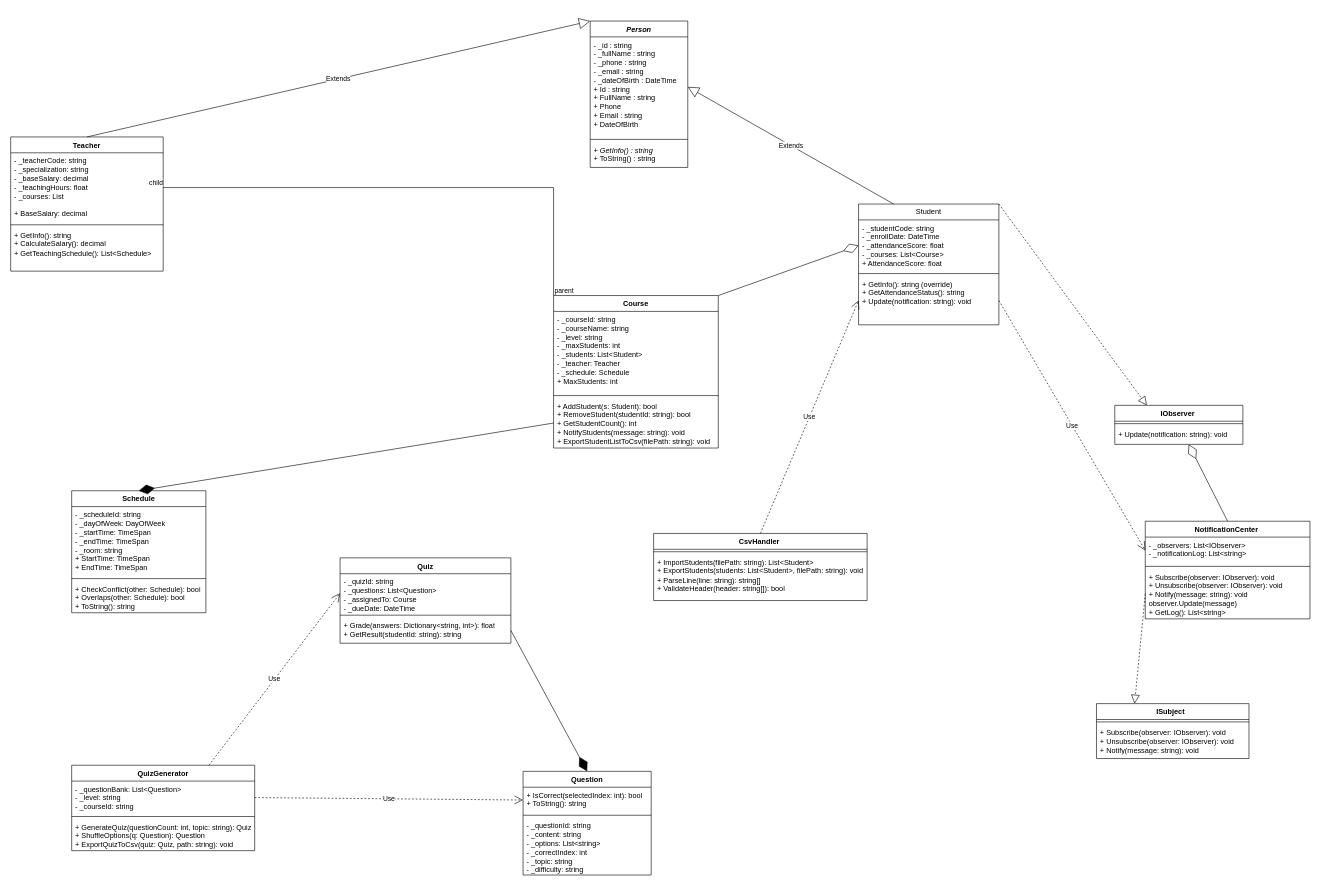
This is Class_Diagram_QL_TrungTam_TA.drawio from ngocyen06/OOP_QL_Trung_tam_Tieng_Anh, a draw.io file, before an edit. Source tidied: cells renumbered, new cells numbered last; positions are measured from the earlier drawing's top-left corner, leaving out a move shared by most shapes. Both pictures are drawn from the tidied source at 61%, with x=0, y=0 at pixel (10, 21).
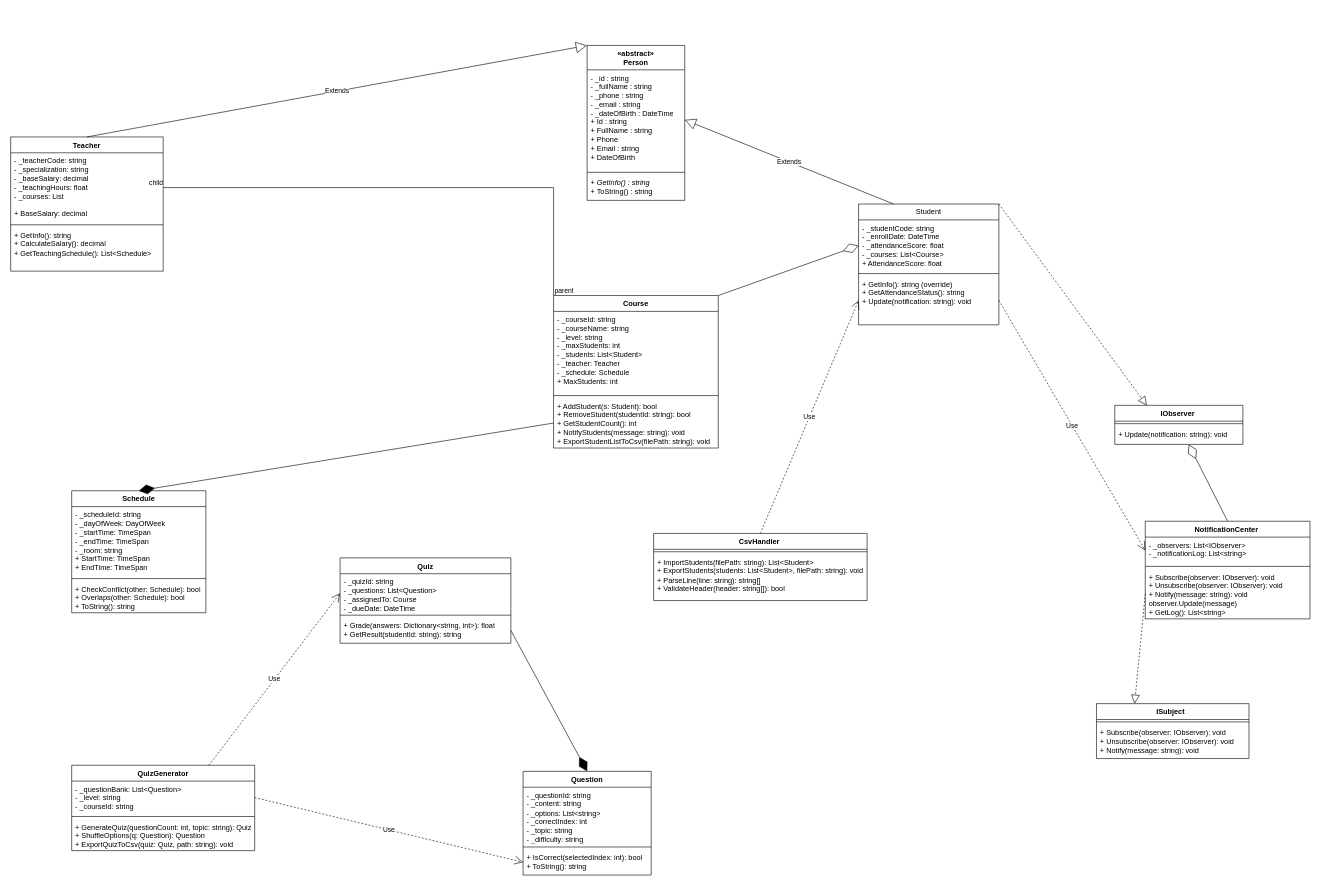
The same page after the edit.

Unchanged cells that the change refers to:
```xml
<mxCell id="31" value="Question" style="swimlane;fontStyle=1;align=center;verticalAlign=top;horizontal=1;startSize=26;whiteSpace=wrap;html=1;" parent="1" vertex="1">
  <mxGeometry x="840" y="1230" width="210" height="170" as="geometry" />
</mxCell>
```

Change to the diagram source:
```diff
@@
-    <mxCell id="2" value="&lt;i&gt;Person&lt;/i&gt;" style="swimlane;fontStyle=1;align=center;verticalAlign=top;horizontal=1;startSize=26;whiteSpace=wrap;html=1;" parent="1" vertex="1">
-      <mxGeometry x="950" width="160" height="240" as="geometry" />
+    <mxCell id="2" value="&lt;div&gt;«abstract»&lt;/div&gt;Person" style="swimlane;fontStyle=1;align=center;verticalAlign=top;horizontal=1;startSize=40;whiteSpace=wrap;html=1;" parent="1" vertex="1">
+      <mxGeometry x="945" y="40" width="160" height="254" as="geometry" />
     </mxCell>
     <mxCell id="3" value="- _id : string&lt;div&gt;- _fullName : string&lt;/div&gt;&lt;div&gt;- _phone : string&lt;/div&gt;&lt;div&gt;- _email : string&lt;/div&gt;&lt;div&gt;- _dateOfBirth : DateTime&lt;/div&gt;&lt;div&gt;+ Id : string&lt;/div&gt;&lt;div&gt;+ FullName : string&lt;/div&gt;&lt;div&gt;+ Phone&lt;/div&gt;&lt;div&gt;+ Email : string&lt;/div&gt;&lt;div&gt;+ DateOfBirth&lt;/div&gt;&lt;div&gt;&lt;br&gt;&lt;/div&gt;&lt;div&gt;&lt;br&gt;&lt;/div&gt;" style="text;strokeColor=none;fillColor=none;align=left;verticalAlign=top;spacingLeft=4;spacingRight=4;overflow=hidden;points=[[0,0.5],[1,0.5]];portConstraint=eastwest;whiteSpace=wrap;html=1;" parent="2" vertex="1">
-      <mxGeometry y="26" width="160" height="164" as="geometry" />
+      <mxGeometry y="40" width="160" height="164" as="geometry" />
     </mxCell>
     <mxCell id="4" style="line;strokeWidth=1;fillColor=none;align=left;verticalAlign=middle;spacingTop=-1;spacingLeft=3;spacingRight=3;labelPosition=right;strokeColor=inherit;" parent="2" vertex="1">
-      <mxGeometry y="190" width="160" height="8" as="geometry" />
+      <mxGeometry y="204" width="160" height="8" as="geometry" />
     </mxCell>
     <mxCell id="5" value="&lt;i&gt;+ GetInfo() : string&lt;/i&gt;&lt;div&gt;+ ToString() : string&amp;nbsp;&lt;/div&gt;" style="text;strokeColor=none;fillColor=none;align=left;verticalAlign=top;spacingLeft=4;spacingRight=4;overflow=hidden;whiteSpace=wrap;html=1;" parent="2" vertex="1">
-      <mxGeometry y="198" width="160" height="42" as="geometry" />
+      <mxGeometry y="212" width="160" height="42" as="geometry" />
     </mxCell>
@@
+    <mxCell id="34" value="- _questionId: string&lt;div&gt;- _content: string&lt;/div&gt;&lt;div&gt;- _options: List&amp;lt;string&amp;gt;&lt;/div&gt;&lt;div&gt;- _correctIndex: int&amp;nbsp;&lt;/div&gt;&lt;div&gt;- _topic: string&lt;/div&gt;&lt;div&gt;- _difficulty: string&lt;/div&gt;" style="text;strokeColor=none;fillColor=none;align=left;verticalAlign=top;spacingLeft=4;spacingRight=4;overflow=hidden;whiteSpace=wrap;html=1;" parent="31" vertex="1">
+      <mxGeometry y="26" width="210" height="94" as="geometry" />
+    </mxCell>
+    <mxCell id="33" style="line;strokeWidth=1;fillColor=none;align=left;verticalAlign=middle;spacingTop=-1;spacingLeft=3;spacingRight=3;labelPosition=right;strokeColor=inherit;" parent="31" vertex="1">
+      <mxGeometry y="120" width="210" height="8" as="geometry" />
+    </mxCell>
     <mxCell id="32" value="+ IsCorrect(selectedIndex: int): bool&lt;div&gt;+ ToString(): string&lt;/div&gt;" style="text;strokeColor=none;fillColor=none;align=left;verticalAlign=top;spacingLeft=4;spacingRight=4;overflow=hidden;points=[[0,0.5],[1,0.5]];portConstraint=eastwest;whiteSpace=wrap;html=1;" parent="31" vertex="1">
-      <mxGeometry y="26" width="210" height="42" as="geometry" />
+      <mxGeometry y="128" width="210" height="42" as="geometry" />
     </mxCell>
-    <mxCell id="33" style="line;strokeWidth=1;fillColor=none;align=left;verticalAlign=middle;spacingTop=-1;spacingLeft=3;spacingRight=3;labelPosition=right;strokeColor=inherit;" parent="31" vertex="1">
-      <mxGeometry y="68" width="210" height="8" as="geometry" />
-    </mxCell>
-    <mxCell id="34" value="- _questionId: string&lt;div&gt;- _content: string&lt;/div&gt;&lt;div&gt;- _options: List&amp;lt;string&amp;gt;&lt;/div&gt;&lt;div&gt;- _correctIndex: int&amp;nbsp;&lt;/div&gt;&lt;div&gt;- _topic: string&lt;/div&gt;&lt;div&gt;- _difficulty: string&lt;/div&gt;" style="text;strokeColor=none;fillColor=none;align=left;verticalAlign=top;spacingLeft=4;spacingRight=4;overflow=hidden;whiteSpace=wrap;html=1;" parent="31" vertex="1">
-      <mxGeometry y="76" width="210" height="94" as="geometry" />
-    </mxCell>
```
